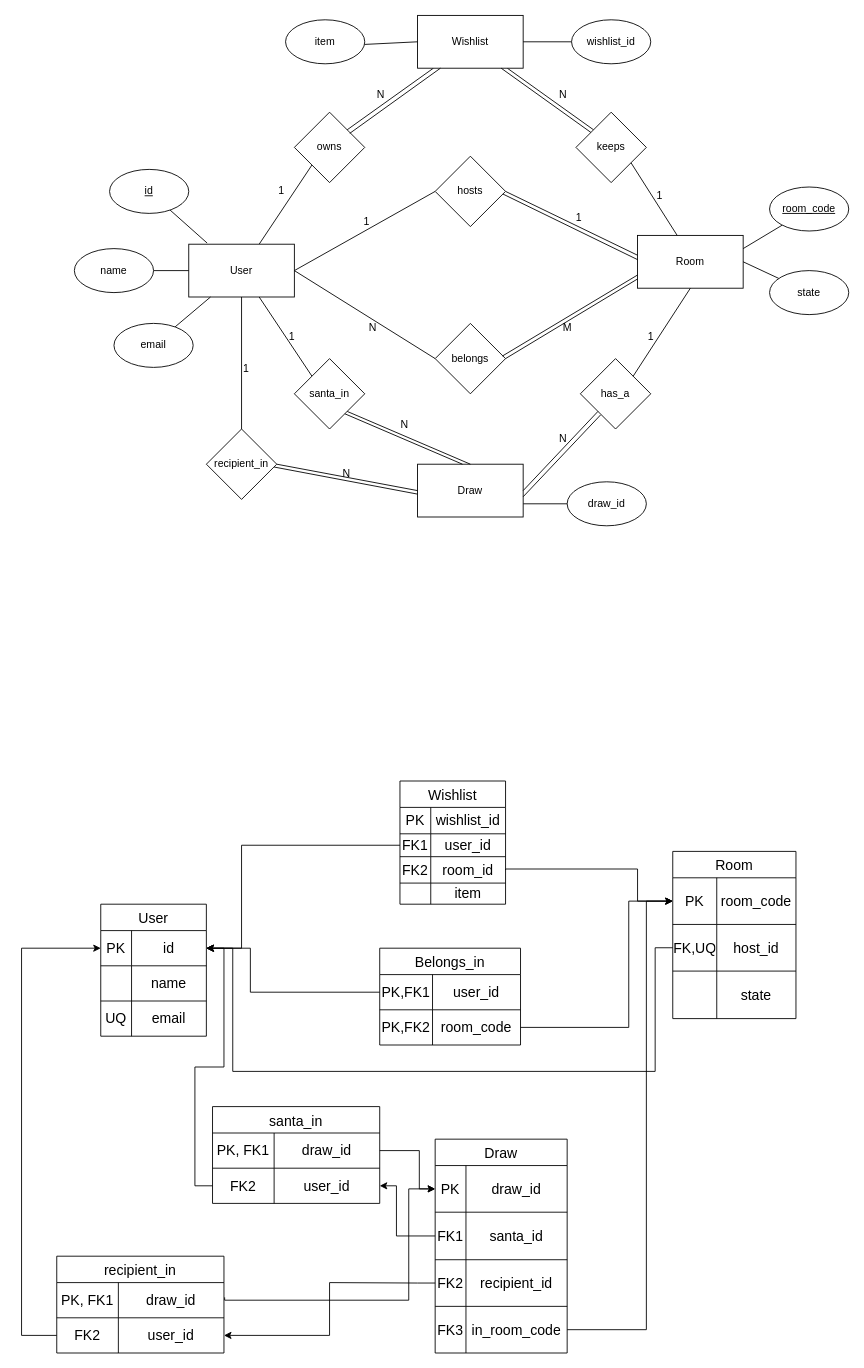
Earlier version of the draw.io diagram project secret santa/erd w_ erm (5).drawio.xml (SuchWowEl/ssis). Source tidied: cells renumbered, new cells numbered last; positions are measured from the earlier drawing's top-left corner, leaving out a move shared by most shapes. Both pictures are drawn from the tidied source at 88%, with x=0, y=0 at pixel (21, 15).
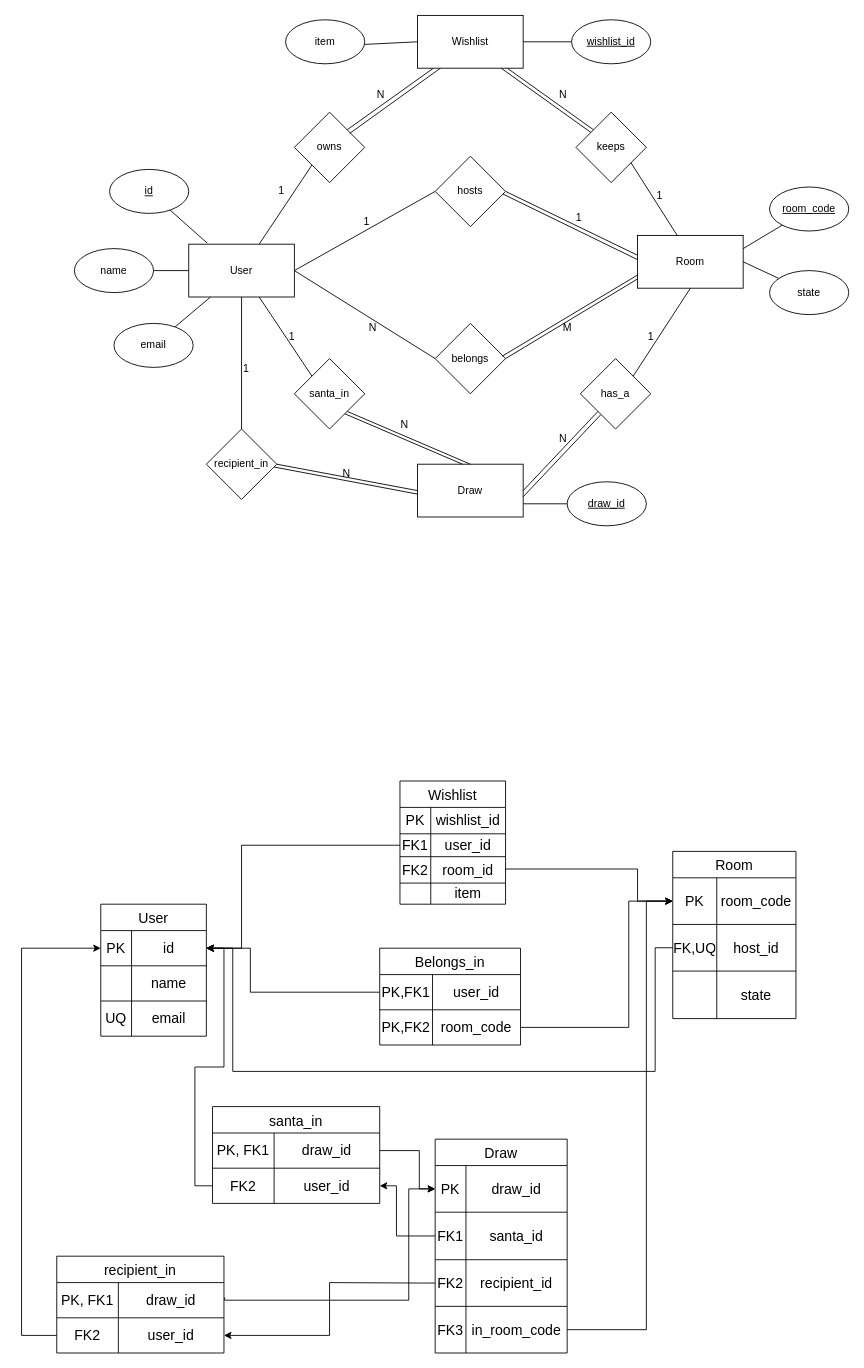
The same page after the edit.

What changed in the source:
```diff
@@
-    <mxCell id="123" value="draw_id" style="ellipse;whiteSpace=wrap;html=1;" parent="1" vertex="1">
+    <mxCell id="123" value="&lt;u&gt;draw_id&lt;/u&gt;" style="ellipse;whiteSpace=wrap;html=1;" parent="1" vertex="1">
       <mxGeometry x="620" y="530" width="90" height="50" as="geometry" />
     </mxCell>
@@
-    <mxCell id="140" value="wishlist_id" style="ellipse;whiteSpace=wrap;html=1;" parent="1" vertex="1">
+    <mxCell id="140" value="&lt;u&gt;wishlist_id&lt;/u&gt;" style="ellipse;whiteSpace=wrap;html=1;" parent="1" vertex="1">
       <mxGeometry x="625" y="5" width="90" height="50" as="geometry" />
     </mxCell>
```
